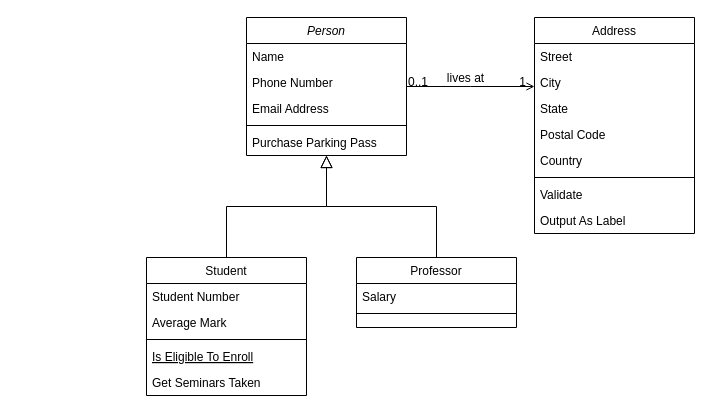
Above: 2330 Part 1.drawio in olatif04/UML (draw.io), before the change. Source tidied: cells renumbered, new cells numbered last; positions are measured from the earlier drawing's top-left corner, leaving out a move shared by most shapes. Both pictures are drawn from the tidied source at 100%, with x=0, y=0 at pixel (146, 17).
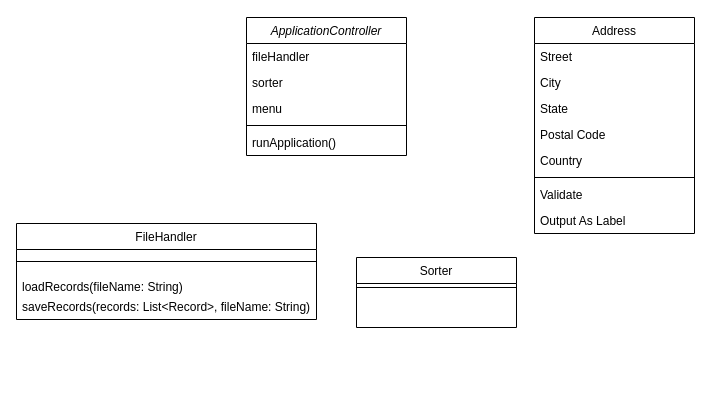
The same diagram, later.

Unchanged cells that the change refers to:
```xml
<mxCell id="19" value="Address" style="swimlane;fontStyle=0;align=center;verticalAlign=top;horizontal=1;startSize=26;rounded=0;shadow=0;strokeWidth=1;" parent="1" vertex="1">
  <mxGeometry x="388" width="160" height="216" as="geometry" />
</mxCell>
```

The edit, as a diff of the source:
```diff
@@
-    <mxCell id="2" value="Person" style="swimlane;fontStyle=2;align=center;verticalAlign=top;horizontal=1;startSize=26;rounded=0;shadow=0;strokeWidth=1;" parent="1" vertex="1">
+    <mxCell id="2" value="ApplicationController" style="swimlane;fontStyle=2;align=center;verticalAlign=top;horizontal=1;startSize=26;rounded=0;shadow=0;strokeWidth=1;" parent="1" vertex="1">
       <mxGeometry x="100" width="160" height="138" as="geometry" />
     </mxCell>
-    <mxCell id="3" value="Name" style="text;align=left;verticalAlign=top;spacingLeft=4;spacingRight=4;overflow=hidden;" parent="2" vertex="1">
+    <mxCell id="3" value="fileHandler" style="text;align=left;verticalAlign=top;spacingLeft=4;spacingRight=4;overflow=hidden;" parent="2" vertex="1">
       <mxGeometry y="26" width="160" height="26" as="geometry" />
     </mxCell>
-    <mxCell id="4" value="Phone Number" style="text;align=left;verticalAlign=top;spacingLeft=4;spacingRight=4;overflow=hidden;rounded=0;shadow=0;html=0;" parent="2" vertex="1">
+    <mxCell id="4" value="sorter" style="text;align=left;verticalAlign=top;spacingLeft=4;spacingRight=4;overflow=hidden;rounded=0;shadow=0;html=0;" parent="2" vertex="1">
       <mxGeometry y="52" width="160" height="26" as="geometry" />
     </mxCell>
-    <mxCell id="5" value="Email Address" style="text;align=left;verticalAlign=top;spacingLeft=4;spacingRight=4;overflow=hidden;rounded=0;shadow=0;html=0;" parent="2" vertex="1">
+    <mxCell id="5" value="menu" style="text;align=left;verticalAlign=top;spacingLeft=4;spacingRight=4;overflow=hidden;rounded=0;shadow=0;html=0;" parent="2" vertex="1">
       <mxGeometry y="78" width="160" height="26" as="geometry" />
     </mxCell>
@@
-    <mxCell id="7" value="Purchase Parking Pass" style="text;align=left;verticalAlign=top;spacingLeft=4;spacingRight=4;overflow=hidden;" parent="2" vertex="1">
+    <mxCell id="7" value="runApplication()" style="text;align=left;verticalAlign=top;spacingLeft=4;spacingRight=4;overflow=hidden;" parent="2" vertex="1">
       <mxGeometry y="112" width="160" height="26" as="geometry" />
     </mxCell>
-    <mxCell id="8" value="Student" style="swimlane;fontStyle=0;align=center;verticalAlign=top;horizontal=1;startSize=26;rounded=0;shadow=0;strokeWidth=1;" parent="1" vertex="1">
-      <mxGeometry y="240" width="160" height="138" as="geometry" />
+    <mxCell id="8" value="FileHandler" style="swimlane;fontStyle=0;align=center;verticalAlign=top;horizontal=1;startSize=26;rounded=0;shadow=0;strokeWidth=1;" parent="1" vertex="1">
+      <mxGeometry x="-130" y="206" width="300" height="96" as="geometry" />
     </mxCell>
-    <mxCell id="9" value="Student Number" style="text;align=left;verticalAlign=top;spacingLeft=4;spacingRight=4;overflow=hidden;" parent="8" vertex="1">
-      <mxGeometry y="26" width="160" height="26" as="geometry" />
-    </mxCell>
-    <mxCell id="10" value="Average Mark" style="text;align=left;verticalAlign=top;spacingLeft=4;spacingRight=4;overflow=hidden;rounded=0;shadow=0;html=0;" parent="8" vertex="1">
-      <mxGeometry y="52" width="160" height="26" as="geometry" />
-    </mxCell>
     <mxCell id="11" style="line;html=1;strokeWidth=1;align=left;verticalAlign=middle;spacingTop=-1;spacingLeft=3;spacingRight=3;labelPosition=right;" parent="8" vertex="1">
-      <mxGeometry y="78" width="160" height="8" as="geometry" />
+      <mxGeometry y="26" width="300" height="24" as="geometry" />
     </mxCell>
-    <mxCell id="12" value="Is Eligible To Enroll" style="text;align=left;verticalAlign=top;spacingLeft=4;spacingRight=4;overflow=hidden;fontStyle=4;" parent="8" vertex="1">
-      <mxGeometry y="86" width="160" height="26" as="geometry" />
+    <mxCell id="12" value="loadRecords(fileName: String)" style="text;align=left;verticalAlign=top;spacingLeft=4;spacingRight=4;overflow=hidden;fontStyle=0;" parent="8" vertex="1">
+      <mxGeometry y="50" width="300" height="20" as="geometry" />
     </mxCell>
-    <mxCell id="13" value="Get Seminars Taken" style="text;align=left;verticalAlign=top;spacingLeft=4;spacingRight=4;overflow=hidden;" parent="8" vertex="1">
-      <mxGeometry y="112" width="160" height="26" as="geometry" />
+    <mxCell id="13" value="saveRecords(records: List&lt;Record&gt;, fileName: String)" style="text;align=left;verticalAlign=top;spacingLeft=4;spacingRight=4;overflow=hidden;" parent="8" vertex="1">
+      <mxGeometry y="70" width="300" height="26" as="geometry" />
     </mxCell>
-    <mxCell id="14" style="endArrow=block;endSize=10;endFill=0;shadow=0;strokeWidth=1;rounded=0;edgeStyle=elbowEdgeStyle;elbow=vertical;" parent="1" edge="1" source="8" target="2">
-      <mxGeometry relative="1" as="geometry" />
-    </mxCell>
-    <mxCell id="15" value="Professor" style="swimlane;fontStyle=0;align=center;verticalAlign=top;horizontal=1;startSize=26;rounded=0;shadow=0;strokeWidth=1;" parent="1" vertex="1">
+    <mxCell id="15" value="Sorter" style="swimlane;fontStyle=0;align=center;verticalAlign=top;horizontal=1;startSize=26;rounded=0;shadow=0;strokeWidth=1;" parent="1" vertex="1">
       <mxGeometry x="210" y="240" width="160" height="70" as="geometry" />
     </mxCell>
-    <mxCell id="16" value="Salary" style="text;align=left;verticalAlign=top;spacingLeft=4;spacingRight=4;overflow=hidden;" parent="15" vertex="1">
-      <mxGeometry y="26" width="160" height="26" as="geometry" />
-    </mxCell>
     <mxCell id="17" style="line;html=1;strokeWidth=1;align=left;verticalAlign=middle;spacingTop=-1;spacingLeft=3;spacingRight=3;labelPosition=right;" parent="15" vertex="1">
-      <mxGeometry y="52" width="160" height="8" as="geometry" />
+      <mxGeometry y="26" width="160" height="8" as="geometry" />
     </mxCell>
-    <mxCell id="18" style="endArrow=block;endSize=10;endFill=0;shadow=0;strokeWidth=1;rounded=0;edgeStyle=elbowEdgeStyle;elbow=vertical;" parent="1" edge="1" source="15" target="2">
-      <mxGeometry relative="1" as="geometry" />
-    </mxCell>
@@
-    <mxCell id="28" style="endArrow=open;shadow=0;strokeWidth=1;rounded=0;endFill=1;edgeStyle=elbowEdgeStyle;elbow=vertical;" parent="1" edge="1" source="2" target="19">
-      <mxGeometry x="0.5" y="41" relative="1" as="geometry">
-        <mxPoint x="-40" y="32" as="offset" />
-      </mxGeometry>
-    </mxCell>
-    <mxCell id="29" value="0..1" style="align=left;verticalAlign=bottom;labelBackgroundColor=none;fontSize=12;" parent="28" vertex="1">
-      <mxGeometry x="-1" relative="1" as="geometry">
-        <mxPoint y="4" as="offset" />
-      </mxGeometry>
-    </mxCell>
-    <mxCell id="30" value="1" style="align=right;verticalAlign=bottom;labelBackgroundColor=none;fontSize=12;" parent="28" vertex="1">
-      <mxGeometry x="1" relative="1" as="geometry">
-        <mxPoint x="-7" y="4" as="offset" />
-      </mxGeometry>
-    </mxCell>
-    <mxCell id="31" value="lives at" style="text;html=1;align=center;verticalAlign=middle;labelBackgroundColor=none;rounded=0;shadow=0;strokeWidth=1;fontSize=12;" parent="28" vertex="1">
-      <mxGeometry x="0.5" y="49" relative="1" as="geometry">
-        <mxPoint x="-38" y="40" as="offset" />
-      </mxGeometry>
-    </mxCell>
```
